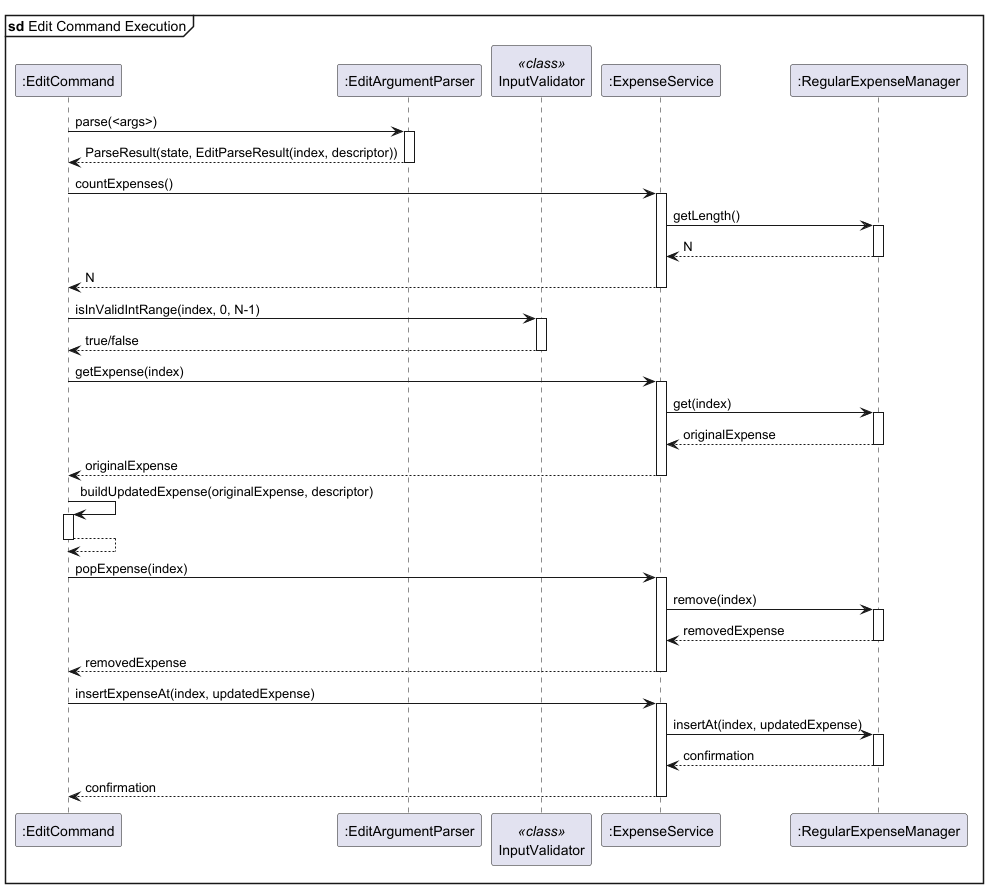
Before: docs/images/editCommand.png, a diagram exported from PlantUML (randust/tp). Its diagram source:
```plantuml
@startuml editCommand

mainframe **sd** Edit Command Execution
participant ":EditCommand" as EditCmd
participant ":EditArgumentParser" as Parser
participant "InputValidator" as Validator <<class>>
participant ":ExpenseService" as ExpenseSvc
participant ":RegularExpenseManager" as RegExpMgr

EditCmd -> Parser : parse(<args>)
activate Parser

Parser --> EditCmd : ParseResult(state, EditParseResult(index, descriptor))
deactivate Parser

EditCmd -> ExpenseSvc : countExpenses()
activate ExpenseSvc

ExpenseSvc -> RegExpMgr : getLength()
activate RegExpMgr

RegExpMgr --> ExpenseSvc : N
deactivate RegExpMgr

ExpenseSvc --> EditCmd : N
deactivate ExpenseSvc

EditCmd -> Validator : isInValidIntRange(index, 0, N-1)
activate Validator

Validator --> EditCmd : true/false
deactivate Validator

EditCmd -> ExpenseSvc : getExpense(index)
activate ExpenseSvc

ExpenseSvc -> RegExpMgr : get(index)
activate RegExpMgr

RegExpMgr --> ExpenseSvc : originalExpense
deactivate RegExpMgr

ExpenseSvc --> EditCmd : originalExpense
deactivate ExpenseSvc

EditCmd -> EditCmd : buildUpdatedExpense(originalExpense, descriptor)
activate EditCmd

EditCmd --> EditCmd
deactivate EditCmd

EditCmd -> ExpenseSvc : popExpense(index)
activate ExpenseSvc

ExpenseSvc -> RegExpMgr : remove(index)
activate RegExpMgr

RegExpMgr --> ExpenseSvc : removedExpense
deactivate RegExpMgr

ExpenseSvc --> EditCmd : removedExpense
deactivate ExpenseSvc

EditCmd -> ExpenseSvc : insertExpenseAt(index, updatedExpense)
activate ExpenseSvc

ExpenseSvc -> RegExpMgr : insertAt(index, updatedExpense)
activate RegExpMgr

RegExpMgr --> ExpenseSvc : confirmation
deactivate RegExpMgr

ExpenseSvc --> EditCmd : confirmation
deactivate ExpenseSvc

@enduml
```
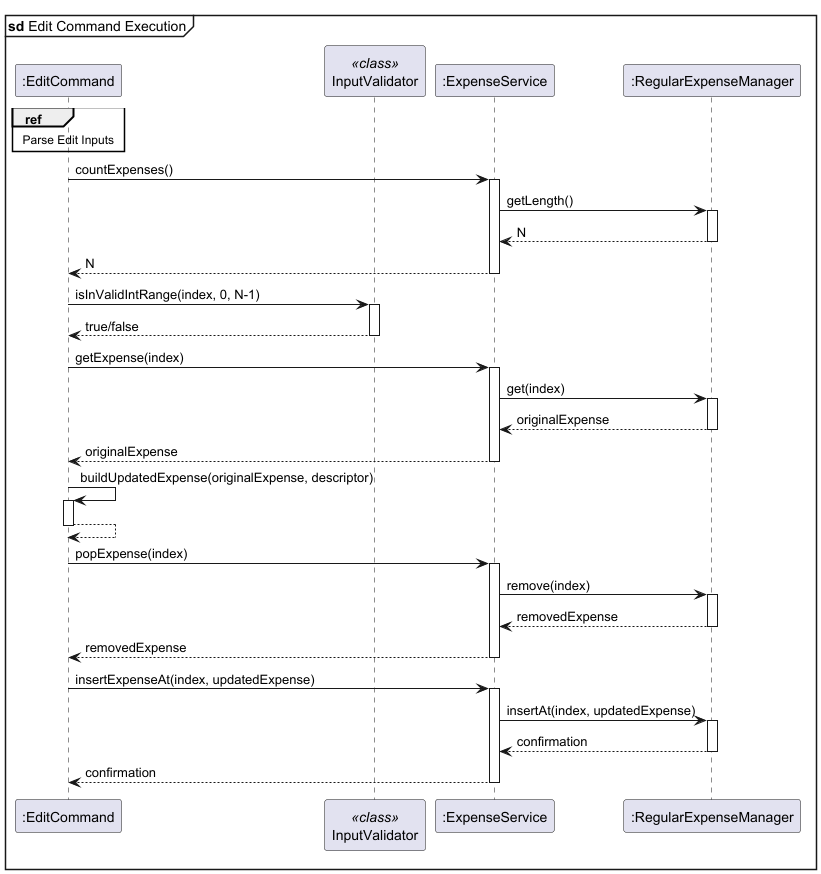
After the change.

Change to the diagram source:
```diff
@@ -2,16 +2,14 @@
 
 mainframe **sd** Edit Command Execution
 participant ":EditCommand" as EditCmd
-participant ":EditArgumentParser" as Parser
 participant "InputValidator" as Validator <<class>>
 participant ":ExpenseService" as ExpenseSvc
 participant ":RegularExpenseManager" as RegExpMgr
 
-EditCmd -> Parser : parse(<args>)
-activate Parser
+ref over EditCmd
+Parse Edit Inputs
+end ref
 
-Parser --> EditCmd : ParseResult(state, EditParseResult(index, descriptor))
-deactivate Parser
 
 EditCmd -> ExpenseSvc : countExpenses()
 activate ExpenseSvc
```
